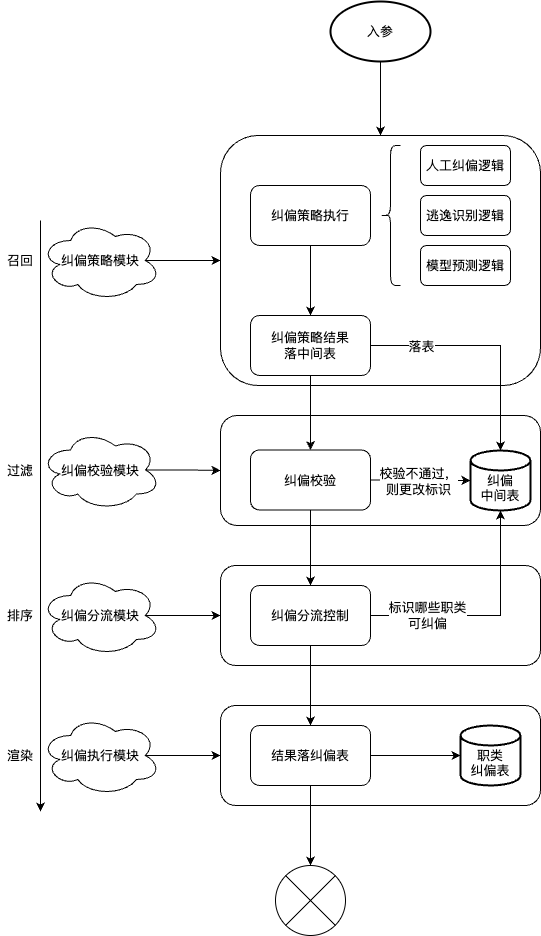
Earlier version of the draw.io export work-draw-file/职类纠偏核心逻辑.png (liujunao/draw-data). Source tidied: cells renumbered, new cells last; positions are measured from the earlier drawing's top-left corner, leaving out a move shared by most shapes.
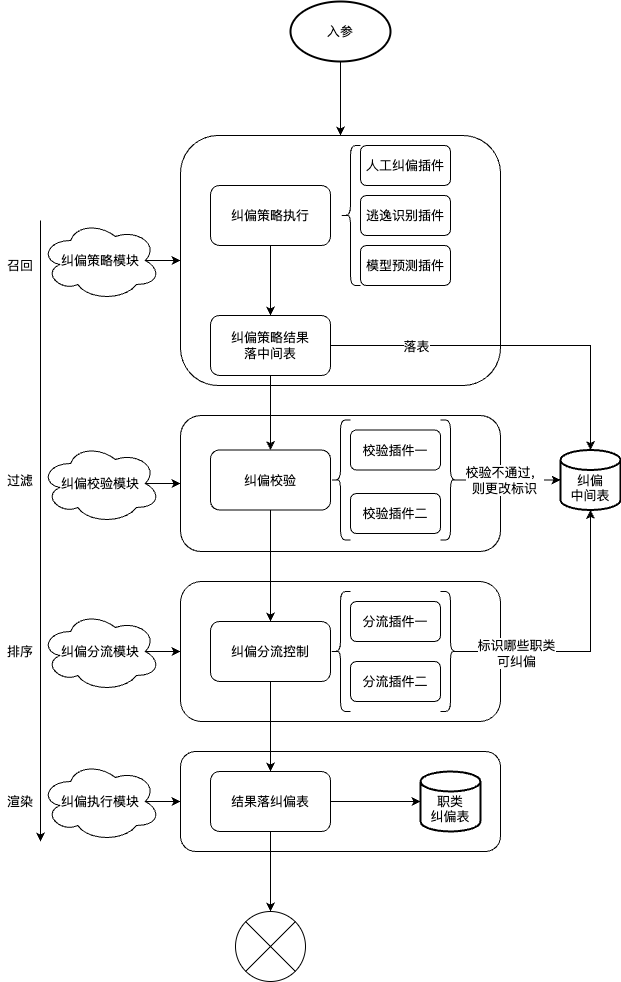
After the change.

Commit message:
更新职类纠偏核心逻辑.png

What changed in the source:
```diff
@@ -3,13 +3,13 @@
     <mxCell id="0" />
     <mxCell id="1" parent="0" />
     <mxCell id="2" style="rounded=1;whiteSpace=wrap;html=1;" parent="1" vertex="1">
-      <mxGeometry x="220" y="704" width="320" height="100" as="geometry" />
+      <mxGeometry x="220" y="750" width="320" height="100" as="geometry" />
     </mxCell>
     <mxCell id="3" style="rounded=1;whiteSpace=wrap;html=1;" parent="1" vertex="1">
-      <mxGeometry x="220" y="564" width="320" height="100" as="geometry" />
+      <mxGeometry x="220" y="580" width="320" height="140" as="geometry" />
     </mxCell>
     <mxCell id="4" style="rounded=1;whiteSpace=wrap;html=1;" parent="1" vertex="1">
-      <mxGeometry x="220" y="414" width="320" height="110" as="geometry" />
+      <mxGeometry x="220" y="414" width="320" height="136" as="geometry" />
     </mxCell>
     <mxCell id="5" style="rounded=1;whiteSpace=wrap;html=1;" parent="1" vertex="1">
       <mxGeometry x="220" y="134" width="320" height="250" as="geometry" />
@@ -17,19 +17,11 @@
     <mxCell id="6" style="edgeStyle=orthogonalEdgeStyle;rounded=0;jettySize=auto;html=1;exitX=0.5;exitY=1;exitDx=0;exitDy=0;entryX=0.5;entryY=0;entryDx=0;entryDy=0;" parent="1" edge="1" source="9" target="24">
       <mxGeometry relative="1" as="geometry" />
     </mxCell>
-    <mxCell id="7" style="edgeStyle=orthogonalEdgeStyle;rounded=0;jettySize=auto;html=1;exitX=1;exitY=0.5;exitDx=0;exitDy=0;" parent="1" edge="1" source="9" target="20">
-      <mxGeometry relative="1" as="geometry" />
-    </mxCell>
-    <mxCell id="8" value="校验不通过，&lt;br style=&quot;border-color: var(--border-color);&quot;&gt;则更改标识" style="edgeLabel;html=1;align=center;verticalAlign=middle;" parent="7" vertex="1">
-      <mxGeometry x="-0.06" relative="1" as="geometry">
-        <mxPoint y="1" as="offset" />
-      </mxGeometry>
-    </mxCell>
     <mxCell id="9" value="纠偏校验" style="rounded=1;whiteSpace=wrap;html=1;" parent="1" vertex="1">
       <mxGeometry x="250" y="448.5" width="120" height="60" as="geometry" />
     </mxCell>
-    <mxCell id="10" value="人工纠偏逻辑" style="rounded=1;whiteSpace=wrap;html=1;" parent="1" vertex="1">
-      <mxGeometry x="420" y="144" width="90" height="40" as="geometry" />
+    <mxCell id="10" value="人工纠偏插件" style="rounded=1;whiteSpace=wrap;html=1;" parent="1" vertex="1">
+      <mxGeometry x="400" y="144" width="90" height="40" as="geometry" />
     </mxCell>
     <mxCell id="11" style="edgeStyle=orthogonalEdgeStyle;rounded=0;jettySize=auto;html=1;exitX=0.5;exitY=1;exitDx=0;exitDy=0;" parent="1" edge="1" source="12" target="19">
       <mxGeometry relative="1" as="geometry" />
@@ -37,11 +29,11 @@
     <mxCell id="12" value="纠偏策略执行" style="rounded=1;whiteSpace=wrap;html=1;" parent="1" vertex="1">
       <mxGeometry x="250" y="184" width="120" height="60" as="geometry" />
     </mxCell>
-    <mxCell id="13" value="逃逸识别逻辑" style="rounded=1;whiteSpace=wrap;html=1;" parent="1" vertex="1">
-      <mxGeometry x="420" y="194" width="90" height="40" as="geometry" />
+    <mxCell id="13" value="逃逸识别插件" style="rounded=1;whiteSpace=wrap;html=1;" parent="1" vertex="1">
+      <mxGeometry x="400" y="194" width="90" height="40" as="geometry" />
     </mxCell>
-    <mxCell id="14" value="模型预测逻辑" style="rounded=1;whiteSpace=wrap;html=1;" parent="1" vertex="1">
-      <mxGeometry x="420" y="244" width="90" height="40" as="geometry" />
+    <mxCell id="14" value="模型预测插件" style="rounded=1;whiteSpace=wrap;html=1;" parent="1" vertex="1">
+      <mxGeometry x="400" y="244" width="90" height="40" as="geometry" />
     </mxCell>
     <mxCell id="15" style="shape=curlyBracket;whiteSpace=wrap;html=1;rounded=1;labelPosition=left;verticalLabelPosition=middle;align=right;verticalAlign=middle;" parent="1" vertex="1">
       <mxGeometry x="380" y="144" width="20" height="140" as="geometry" />
@@ -61,19 +53,13 @@
       <mxGeometry x="250" y="314" width="120" height="60" as="geometry" />
     </mxCell>
     <mxCell id="20" value="&lt;br&gt;纠偏&lt;br&gt;中间表" style="strokeWidth=2;html=1;shape=mxgraph.flowchart.database;whiteSpace=wrap;" parent="1" vertex="1">
-      <mxGeometry x="470" y="449" width="60" height="60" as="geometry" />
+      <mxGeometry x="600" y="448.5" width="60" height="60" as="geometry" />
     </mxCell>
-    <mxCell id="21" style="edgeStyle=orthogonalEdgeStyle;rounded=0;jettySize=auto;html=1;exitX=0.5;exitY=1;exitDx=0;exitDy=0;" parent="1" edge="1" source="24" target="27">
+    <mxCell id="21" style="edgeStyle=orthogonalEdgeStyle;rounded=0;jettySize=auto;html=1;" parent="1" edge="1" source="24" target="27">
       <mxGeometry relative="1" as="geometry" />
     </mxCell>
-    <mxCell id="22" style="edgeStyle=orthogonalEdgeStyle;rounded=0;jettySize=auto;html=1;exitX=1;exitY=0.5;exitDx=0;exitDy=0;entryX=0.5;entryY=1;entryDx=0;entryDy=0;entryPerimeter=0;" parent="1" edge="1" source="24" target="20">
-      <mxGeometry relative="1" as="geometry" />
-    </mxCell>
-    <mxCell id="23" value="标识哪些职类&lt;br&gt;可纠偏" style="edgeLabel;html=1;align=center;verticalAlign=middle;" parent="22" vertex="1">
-      <mxGeometry x="-0.52" y="1" relative="1" as="geometry" />
-    </mxCell>
     <mxCell id="24" value="纠偏分流控制" style="rounded=1;whiteSpace=wrap;html=1;" parent="1" vertex="1">
-      <mxGeometry x="250" y="584" width="120" height="60" as="geometry" />
+      <mxGeometry x="250" y="620" width="120" height="60" as="geometry" />
     </mxCell>
     <mxCell id="25" style="edgeStyle=orthogonalEdgeStyle;rounded=0;jettySize=auto;html=1;exitX=1;exitY=0.5;exitDx=0;exitDy=0;" parent="1" edge="1" source="27" target="28">
       <mxGeometry relative="1" as="geometry" />
@@ -82,37 +68,37 @@
       <mxGeometry relative="1" as="geometry" />
     </mxCell>
     <mxCell id="27" value="结果落纠偏表" style="rounded=1;whiteSpace=wrap;html=1;" parent="1" vertex="1">
-      <mxGeometry x="250" y="724" width="120" height="60" as="geometry" />
+      <mxGeometry x="250" y="770" width="120" height="60" as="geometry" />
     </mxCell>
     <mxCell id="28" value="&lt;br&gt;职类&lt;br&gt;纠偏表" style="strokeWidth=2;html=1;shape=mxgraph.flowchart.database;whiteSpace=wrap;" parent="1" vertex="1">
-      <mxGeometry x="460" y="724" width="60" height="60" as="geometry" />
+      <mxGeometry x="460" y="770" width="60" height="60" as="geometry" />
     </mxCell>
     <mxCell id="29" style="verticalLabelPosition=bottom;verticalAlign=top;html=1;shape=mxgraph.flowchart.or;" parent="1" vertex="1">
-      <mxGeometry x="275" y="864" width="70" height="70" as="geometry" />
+      <mxGeometry x="275" y="910" width="70" height="70" as="geometry" />
     </mxCell>
     <mxCell id="30" style="edgeStyle=orthogonalEdgeStyle;rounded=0;jettySize=auto;html=1;exitX=0.875;exitY=0.5;exitDx=0;exitDy=0;exitPerimeter=0;entryX=0;entryY=0.5;entryDx=0;entryDy=0;" parent="1" edge="1" source="31" target="5">
       <mxGeometry relative="1" as="geometry" />
     </mxCell>
     <mxCell id="31" value="纠偏策略模块" style="ellipse;shape=cloud;whiteSpace=wrap;html=1;" parent="1" vertex="1">
-      <mxGeometry x="40" y="219" width="120" height="80" as="geometry" />
+      <mxGeometry x="80" y="219" width="120" height="80" as="geometry" />
     </mxCell>
     <mxCell id="32" style="edgeStyle=orthogonalEdgeStyle;rounded=0;jettySize=auto;html=1;exitX=0.875;exitY=0.5;exitDx=0;exitDy=0;exitPerimeter=0;" parent="1" edge="1" source="33" target="4">
       <mxGeometry relative="1" as="geometry" />
     </mxCell>
     <mxCell id="33" value="纠偏校验模块" style="ellipse;shape=cloud;whiteSpace=wrap;html=1;" parent="1" vertex="1">
-      <mxGeometry x="40" y="428.5" width="120" height="80" as="geometry" />
+      <mxGeometry x="80" y="442" width="120" height="80" as="geometry" />
     </mxCell>
     <mxCell id="34" style="edgeStyle=orthogonalEdgeStyle;rounded=0;jettySize=auto;html=1;exitX=0.875;exitY=0.5;exitDx=0;exitDy=0;exitPerimeter=0;entryX=0;entryY=0.5;entryDx=0;entryDy=0;" parent="1" edge="1" source="35" target="3">
       <mxGeometry relative="1" as="geometry" />
     </mxCell>
     <mxCell id="35" value="纠偏分流模块" style="ellipse;shape=cloud;whiteSpace=wrap;html=1;" parent="1" vertex="1">
-      <mxGeometry x="40" y="574" width="120" height="80" as="geometry" />
+      <mxGeometry x="80" y="610" width="120" height="80" as="geometry" />
     </mxCell>
     <mxCell id="36" style="edgeStyle=orthogonalEdgeStyle;rounded=0;jettySize=auto;html=1;exitX=0.875;exitY=0.5;exitDx=0;exitDy=0;exitPerimeter=0;entryX=0;entryY=0.5;entryDx=0;entryDy=0;" parent="1" edge="1" source="37" target="2">
       <mxGeometry relative="1" as="geometry" />
     </mxCell>
     <mxCell id="37" value="纠偏执行模块" style="ellipse;shape=cloud;whiteSpace=wrap;html=1;" parent="1" vertex="1">
-      <mxGeometry x="40" y="714" width="120" height="80" as="geometry" />
+      <mxGeometry x="80" y="760" width="120" height="80" as="geometry" />
     </mxCell>
     <mxCell id="38" style="edgeStyle=orthogonalEdgeStyle;rounded=0;jettySize=auto;html=1;exitX=0.5;exitY=1;exitDx=0;exitDy=0;exitPerimeter=0;" parent="1" edge="1" source="39" target="5">
       <mxGeometry relative="1" as="geometry" />
@@ -122,21 +108,59 @@
     </mxCell>
     <mxCell id="40" style="endArrow=classic;html=1;rounded=0;" parent="1" edge="1">
       <mxGeometry relative="1" as="geometry">
-        <mxPoint x="40" y="219" as="sourcePoint" />
-        <mxPoint x="40" y="810" as="targetPoint" />
+        <mxPoint x="80" y="219" as="sourcePoint" />
+        <mxPoint x="80" y="840" as="targetPoint" />
       </mxGeometry>
     </mxCell>
     <mxCell id="41" value="召回" style="text;html=1;strokeColor=none;fillColor=none;align=center;verticalAlign=middle;whiteSpace=wrap;rounded=0;" parent="1" vertex="1">
-      <mxGeometry y="244" width="40" height="30" as="geometry" />
+      <mxGeometry x="40" y="249" width="40" height="30" as="geometry" />
     </mxCell>
     <mxCell id="42" value="过滤" style="text;html=1;strokeColor=none;fillColor=none;align=center;verticalAlign=middle;whiteSpace=wrap;rounded=0;" parent="1" vertex="1">
-      <mxGeometry x="5" y="454" width="30" height="30" as="geometry" />
+      <mxGeometry x="45" y="463.5" width="30" height="30" as="geometry" />
     </mxCell>
     <mxCell id="43" value="排序" style="text;html=1;strokeColor=none;fillColor=none;align=center;verticalAlign=middle;whiteSpace=wrap;rounded=0;" parent="1" vertex="1">
-      <mxGeometry x="5" y="599" width="30" height="30" as="geometry" />
+      <mxGeometry x="45" y="635" width="30" height="30" as="geometry" />
     </mxCell>
     <mxCell id="44" value="渲染" style="text;html=1;strokeColor=none;fillColor=none;align=center;verticalAlign=middle;whiteSpace=wrap;rounded=0;" parent="1" vertex="1">
-      <mxGeometry x="5" y="739" width="30" height="30" as="geometry" />
+      <mxGeometry x="45" y="785" width="30" height="30" as="geometry" />
     </mxCell>
+    <mxCell id="45" value="校验插件一" style="rounded=1;whiteSpace=wrap;html=1;" parent="1" vertex="1">
+      <mxGeometry x="390" y="428.5" width="90" height="40" as="geometry" />
+    </mxCell>
+    <mxCell id="46" value="校验插件二" style="rounded=1;whiteSpace=wrap;html=1;" parent="1" vertex="1">
+      <mxGeometry x="390" y="492" width="90" height="40" as="geometry" />
+    </mxCell>
+    <mxCell id="47" style="shape=curlyBracket;whiteSpace=wrap;html=1;rounded=1;labelPosition=left;verticalLabelPosition=middle;align=right;verticalAlign=middle;" parent="1" vertex="1">
+      <mxGeometry x="370" y="418.5" width="20" height="120" as="geometry" />
+    </mxCell>
+    <mxCell id="48" style="edgeStyle=orthogonalEdgeStyle;rounded=0;jettySize=auto;html=1;exitX=0.1;exitY=0.5;exitDx=0;exitDy=0;exitPerimeter=0;" parent="1" edge="1" source="49" target="20">
+      <mxGeometry relative="1" as="geometry" />
+    </mxCell>
+    <mxCell id="8" value="校验不通过，&lt;br style=&quot;border-color: var(--border-color);&quot;&gt;则更改标识" style="edgeLabel;html=1;align=center;verticalAlign=middle;" parent="48" vertex="1">
+      <mxGeometry x="-0.26" relative="1" as="geometry">
+        <mxPoint x="8" as="offset" />
+      </mxGeometry>
+    </mxCell>
+    <mxCell id="49" style="shape=curlyBracket;whiteSpace=wrap;html=1;rounded=1;flipH=1;labelPosition=right;verticalLabelPosition=middle;align=left;verticalAlign=middle;" parent="1" vertex="1">
+      <mxGeometry x="480" y="418.5" width="20" height="120" as="geometry" />
+    </mxCell>
+    <mxCell id="50" value="分流插件一" style="rounded=1;whiteSpace=wrap;html=1;" parent="1" vertex="1">
+      <mxGeometry x="390" y="600" width="90" height="40" as="geometry" />
+    </mxCell>
+    <mxCell id="51" value="分流插件二" style="rounded=1;whiteSpace=wrap;html=1;" parent="1" vertex="1">
+      <mxGeometry x="390" y="660" width="90" height="40" as="geometry" />
+    </mxCell>
+    <mxCell id="52" style="shape=curlyBracket;whiteSpace=wrap;html=1;rounded=1;labelPosition=left;verticalLabelPosition=middle;align=right;verticalAlign=middle;" parent="1" vertex="1">
+      <mxGeometry x="370" y="590" width="20" height="120" as="geometry" />
+    </mxCell>
+    <mxCell id="53" style="edgeStyle=orthogonalEdgeStyle;rounded=0;jettySize=auto;html=1;exitX=0.1;exitY=0.5;exitDx=0;exitDy=0;exitPerimeter=0;entryX=0.5;entryY=1;entryDx=0;entryDy=0;entryPerimeter=0;" parent="1" edge="1" source="54" target="20">
+      <mxGeometry relative="1" as="geometry" />
+    </mxCell>
+    <mxCell id="23" value="标识哪些职类&lt;br style=&quot;border-color: var(--border-color);&quot;&gt;可纠偏" style="edgeLabel;html=1;align=center;verticalAlign=middle;" parent="53" vertex="1">
+      <mxGeometry x="-0.59" y="-1" relative="1" as="geometry" />
+    </mxCell>
+    <mxCell id="54" style="shape=curlyBracket;whiteSpace=wrap;html=1;rounded=1;flipH=1;labelPosition=right;verticalLabelPosition=middle;align=left;verticalAlign=middle;" parent="1" vertex="1">
+      <mxGeometry x="480" y="590" width="20" height="120" as="geometry" />
+    </mxCell>
   </root>
 </mxGraphModel>
```
